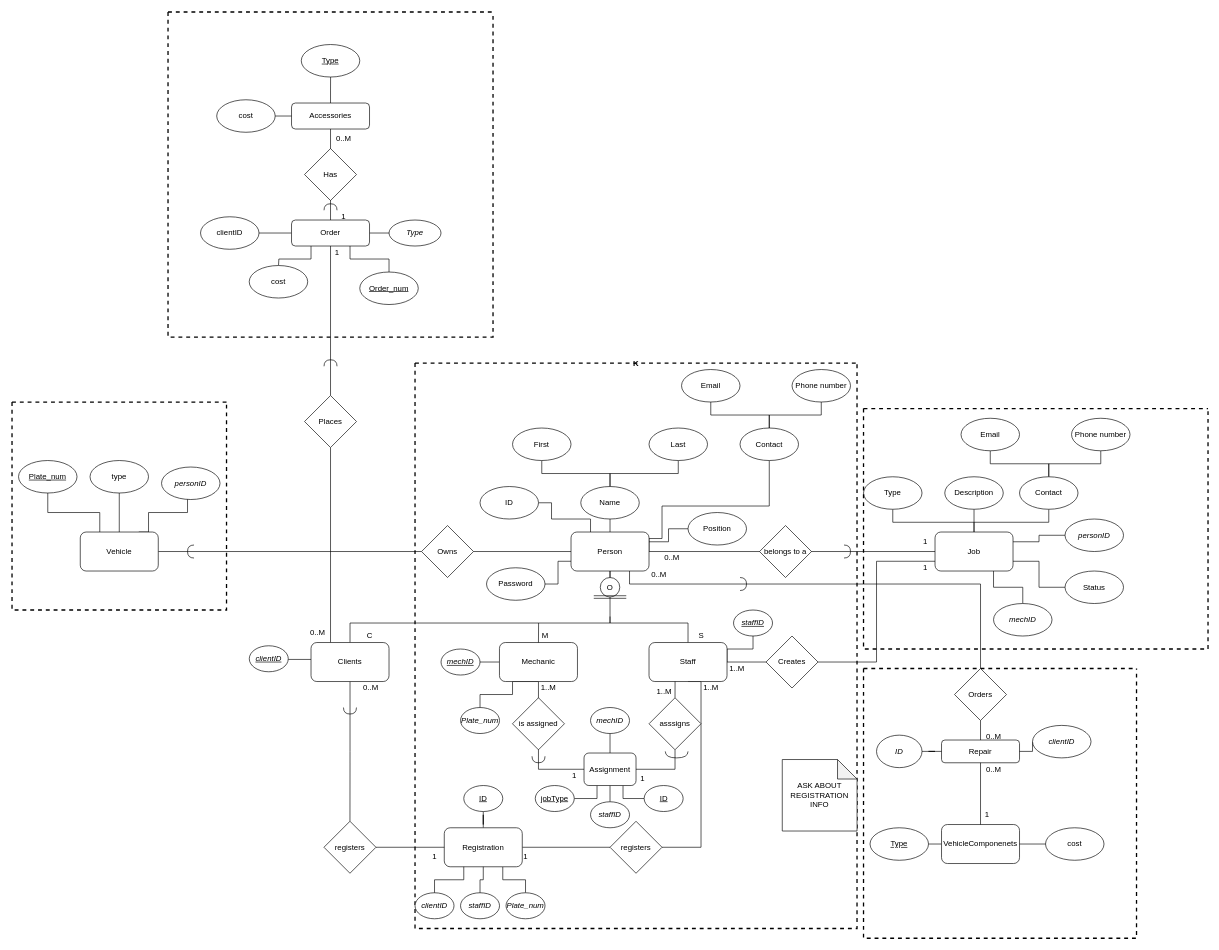
This is Distributed Systems/95455_HAZZARD_AARON_Assignment1/AutoServe Inc EERD.drawio from A-Hazzard/School, a draw.io file, before an edit. Source tidied: cells renumbered, new cells numbered last; positions are measured from the earlier drawing's top-left corner, leaving out a move shared by most shapes. Both pictures are drawn from the tidied source at 65%, with x=0, y=0 at pixel (12, 12).
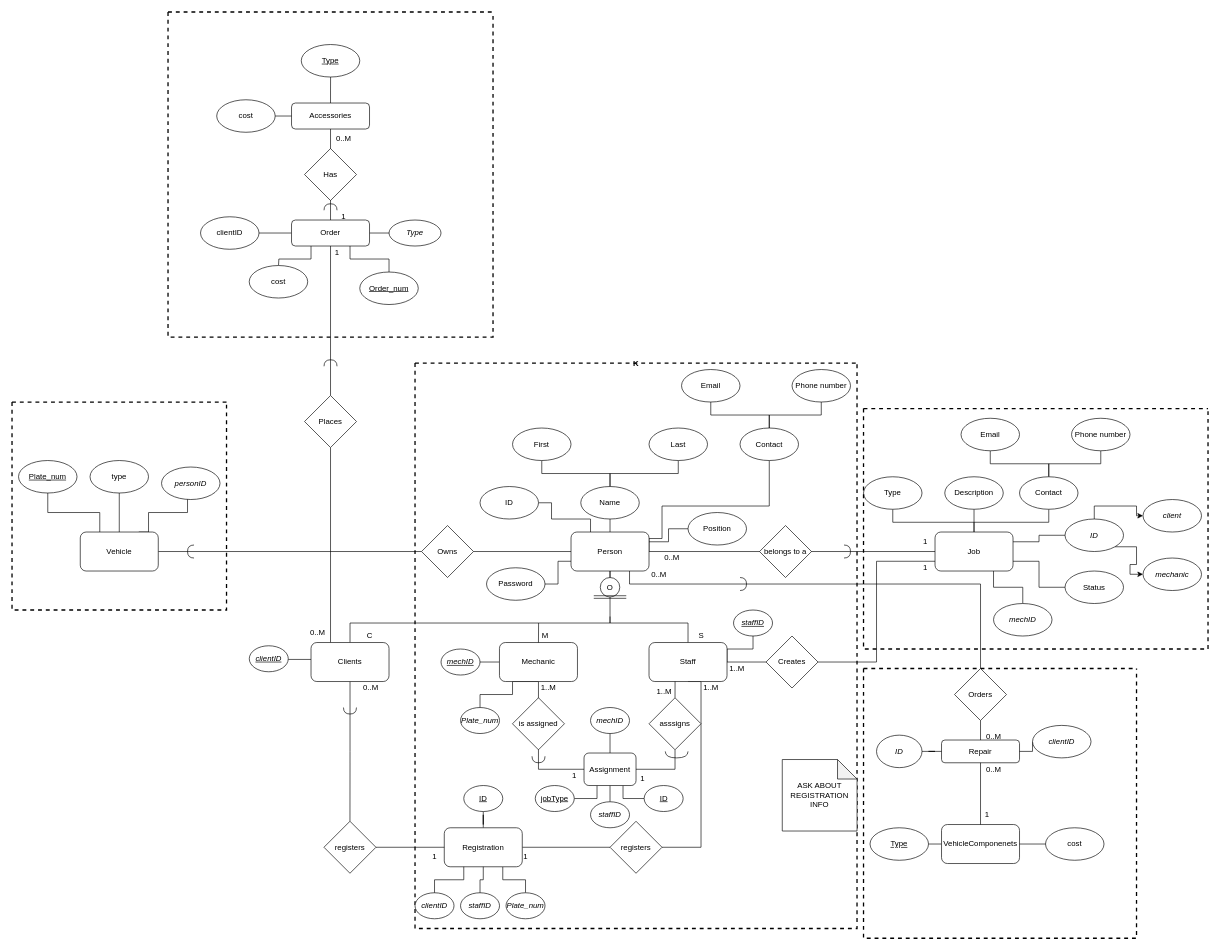
The same diagram, later.

The change refers to these unchanged cells:
```xml
<mxCell id="105" style="swimlane;startSize=0;dashed=1;strokeWidth=2;" parent="1" vertex="1">
  <mxGeometry x="1310" y="610" width="530" height="370" as="geometry" />
</mxCell>
```

Change to the diagram source:
```diff
@@
+    <mxCell id="169" style="edgeStyle=orthogonalEdgeStyle;rounded=0;jettySize=auto;html=1;exitX=1;exitY=1;exitDx=0;exitDy=0;entryX=0;entryY=0.5;entryDx=0;entryDy=0;" parent="1" edge="1" source="51" target="172">
+      <mxGeometry relative="1" as="geometry" />
+    </mxCell>
+    <mxCell id="170" style="edgeStyle=orthogonalEdgeStyle;rounded=0;jettySize=auto;html=1;exitX=0.5;exitY=0;exitDx=0;exitDy=0;entryX=0;entryY=0.5;entryDx=0;entryDy=0;" parent="1" edge="1" source="51" target="171">
+      <mxGeometry relative="1" as="geometry" />
+    </mxCell>
-    <mxCell id="51" value="&lt;i&gt;personID&lt;/i&gt;" style="ellipse;whiteSpace=wrap;html=1;" parent="1" vertex="1">
+    <mxCell id="51" value="&lt;i&gt;ID&lt;br&gt;&lt;/i&gt;" style="ellipse;whiteSpace=wrap;html=1;" parent="1" vertex="1">
       <mxGeometry x="1620" y="780" width="90" height="50" as="geometry" />
     </mxCell>
@@
+    <mxCell id="171" value="&lt;i&gt;client&lt;br&gt;&lt;/i&gt;" style="ellipse;whiteSpace=wrap;html=1;" parent="105" vertex="1">
+      <mxGeometry x="430" y="140" width="90" height="50" as="geometry" />
+    </mxCell>
+    <mxCell id="172" value="&lt;i&gt;mechanic&lt;br&gt;&lt;/i&gt;" style="ellipse;whiteSpace=wrap;html=1;" parent="105" vertex="1">
+      <mxGeometry x="430" y="230" width="90" height="50" as="geometry" />
+    </mxCell>
```
